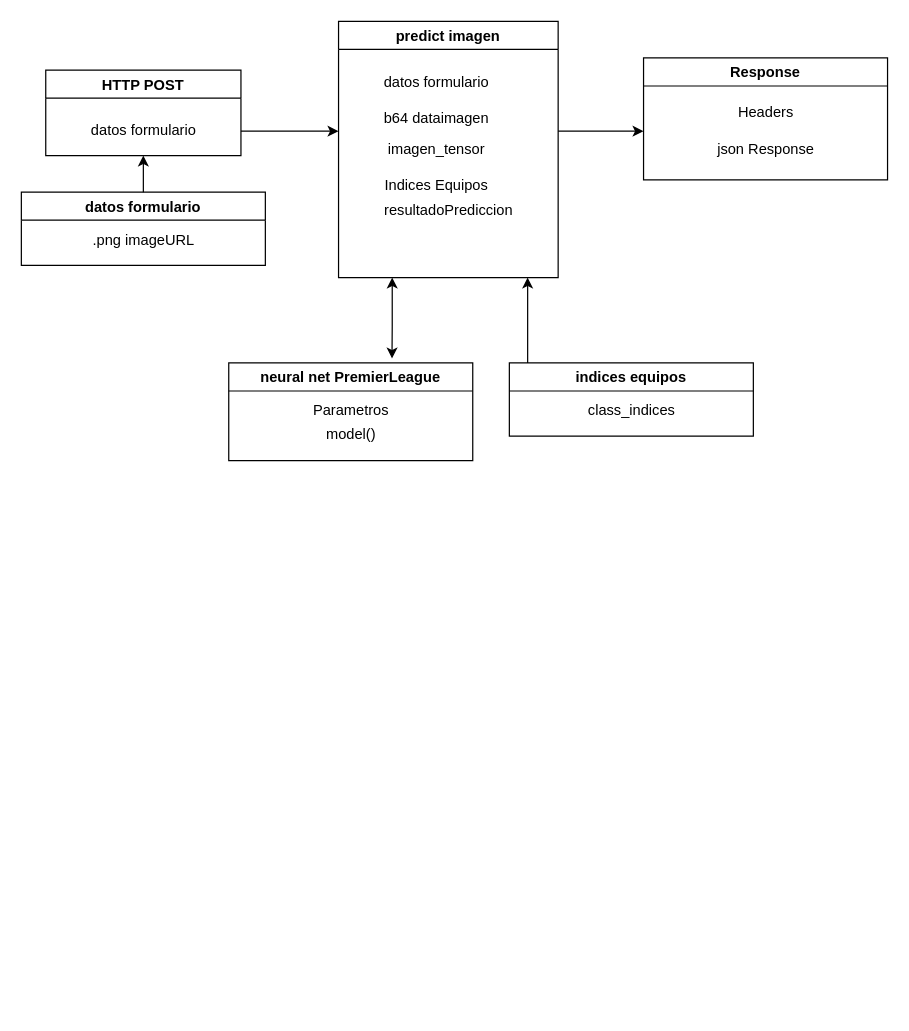
Karmus15/CamaraWebAPP keeps this draw.io diagram as Backend Diagram.drawio. Above is the earlier version. Source tidied: cells renumbered, new cells numbered last; positions are measured from the earlier drawing's top-left corner, leaving out a move shared by most shapes. Both pictures are drawn from the tidied source at 122%, with x=0, y=0 at pixel (21, 21).
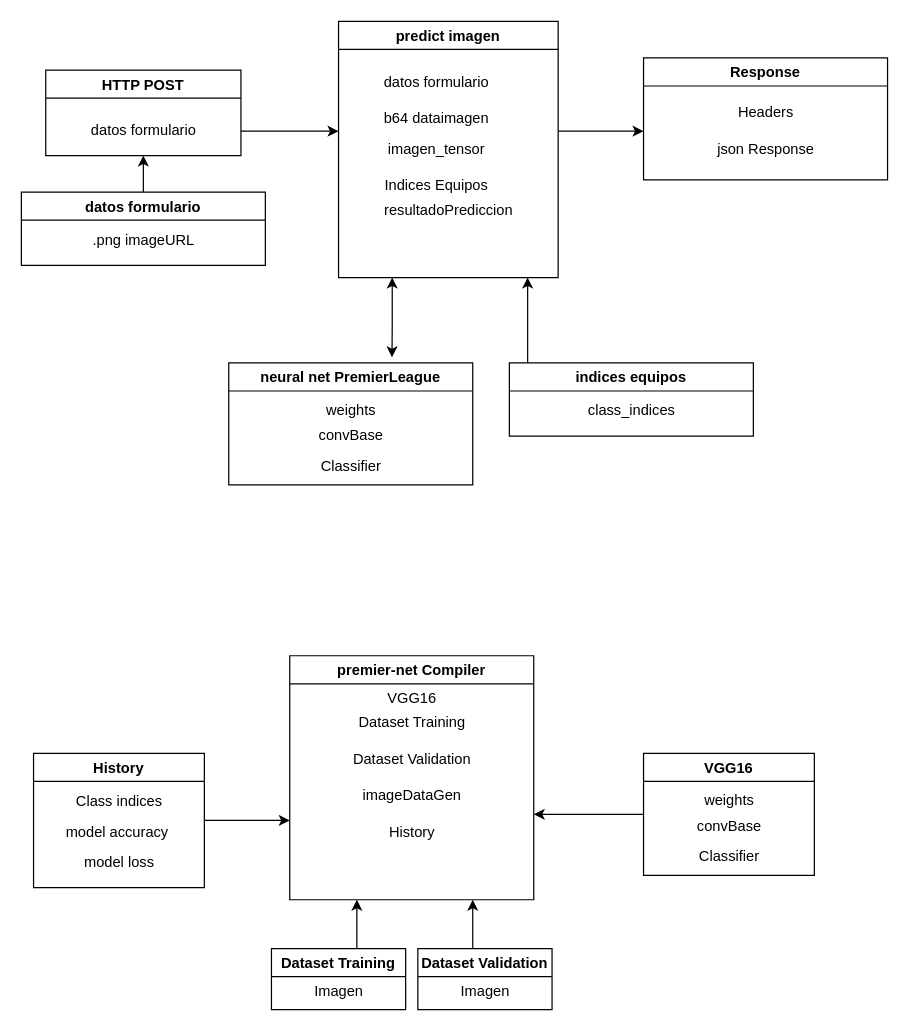
After the change.

What changed in the source:
```diff
@@
     <mxCell id="18" value="neural net PremierLeague" style="swimlane;" parent="1" vertex="1">
-      <mxGeometry x="170" y="280" width="200" height="80" as="geometry" />
+      <mxGeometry x="170" y="280" width="200" height="100" as="geometry" />
     </mxCell>
-    <mxCell id="19" value="Parametros" style="text;html=1;align=center;verticalAlign=middle;strokeColor=none;fillColor=none;" parent="18" vertex="1">
-      <mxGeometry x="55" y="24" width="90" height="30" as="geometry" />
+    <mxCell id="19" value="weights" style="text;html=1;align=center;verticalAlign=middle;strokeColor=none;fillColor=none;" parent="18" vertex="1">
+      <mxGeometry x="70" y="24" width="60" height="30" as="geometry" />
     </mxCell>
-    <mxCell id="20" value="model()" style="text;html=1;align=center;verticalAlign=middle;strokeColor=none;fillColor=none;" parent="18" vertex="1">
-      <mxGeometry x="70" y="44" width="60" height="30" as="geometry" />
-    </mxCell>
+    <mxCell id="25" value="Classifier" style="text;html=1;align=center;verticalAlign=middle;strokeColor=none;fillColor=none;" parent="18" vertex="1">
+      <mxGeometry x="65" y="70" width="70" height="30" as="geometry" />
+    </mxCell>
+    <mxCell id="26" value="convBase" style="text;html=1;align=center;verticalAlign=middle;strokeColor=none;fillColor=none;" parent="18" vertex="1">
+      <mxGeometry x="60" y="45" width="80" height="30" as="geometry" />
+    </mxCell>
@@
+    <mxCell id="27" value="premier-net Compiler" style="swimlane;" parent="1" vertex="1">
+      <mxGeometry x="220" y="520" width="200" height="200" as="geometry" />
+    </mxCell>
+    <mxCell id="28" value="Dataset Training" style="text;html=1;align=center;verticalAlign=middle;strokeColor=none;fillColor=none;" parent="27" vertex="1">
+      <mxGeometry x="45" y="40" width="110" height="30" as="geometry" />
+    </mxCell>
+    <mxCell id="29" value="Dataset Validation" style="text;html=1;align=center;verticalAlign=middle;strokeColor=none;fillColor=none;" parent="27" vertex="1">
+      <mxGeometry x="40" y="70" width="120" height="30" as="geometry" />
+    </mxCell>
+    <mxCell id="30" value="VGG16" style="text;html=1;align=center;verticalAlign=middle;strokeColor=none;fillColor=none;" parent="27" vertex="1">
+      <mxGeometry x="70" y="20" width="60" height="30" as="geometry" />
+    </mxCell>
+    <mxCell id="31" value="History" style="text;html=1;align=center;verticalAlign=middle;strokeColor=none;fillColor=none;" parent="27" vertex="1">
+      <mxGeometry x="70" y="130" width="60" height="30" as="geometry" />
+    </mxCell>
+    <mxCell id="32" value="imageDataGen" style="text;html=1;align=center;verticalAlign=middle;strokeColor=none;fillColor=none;" parent="27" vertex="1">
+      <mxGeometry x="50" y="100" width="100" height="30" as="geometry" />
+    </mxCell>
+    <mxCell id="33" value="VGG16" style="swimlane;" parent="1" vertex="1">
+      <mxGeometry x="510" y="600" width="140" height="100" as="geometry" />
+    </mxCell>
+    <mxCell id="34" value="weights" style="text;html=1;align=center;verticalAlign=middle;strokeColor=none;fillColor=none;" parent="33" vertex="1">
+      <mxGeometry x="40" y="24" width="60" height="30" as="geometry" />
+    </mxCell>
+    <mxCell id="35" value="Classifier" style="text;html=1;align=center;verticalAlign=middle;strokeColor=none;fillColor=none;" parent="33" vertex="1">
+      <mxGeometry x="35" y="70" width="70" height="30" as="geometry" />
+    </mxCell>
+    <mxCell id="36" value="convBase" style="text;html=1;align=center;verticalAlign=middle;strokeColor=none;fillColor=none;" parent="33" vertex="1">
+      <mxGeometry x="30" y="45" width="80" height="30" as="geometry" />
+    </mxCell>
+    <mxCell id="37" value="Dataset Training" style="swimlane;" parent="1" vertex="1">
+      <mxGeometry x="205" y="760" width="110" height="50" as="geometry" />
+    </mxCell>
+    <mxCell id="38" value="Imagen" style="text;html=1;align=center;verticalAlign=middle;strokeColor=none;fillColor=none;" parent="37" vertex="1">
+      <mxGeometry x="25" y="20" width="60" height="30" as="geometry" />
+    </mxCell>
+    <mxCell id="39" value="Dataset Validation" style="swimlane;" parent="1" vertex="1">
+      <mxGeometry x="325" y="760" width="110" height="50" as="geometry" />
+    </mxCell>
+    <mxCell id="40" value="Imagen" style="text;html=1;align=center;verticalAlign=middle;strokeColor=none;fillColor=none;" parent="39" vertex="1">
+      <mxGeometry x="25" y="20" width="60" height="30" as="geometry" />
+    </mxCell>
+    <mxCell id="41" value="History" style="swimlane;" parent="1" vertex="1">
+      <mxGeometry x="10" y="600" width="140" height="110" as="geometry" />
+    </mxCell>
+    <mxCell id="42" value="Class indices" style="text;html=1;align=center;verticalAlign=middle;strokeColor=none;fillColor=none;" parent="41" vertex="1">
+      <mxGeometry x="25" y="25" width="90" height="30" as="geometry" />
+    </mxCell>
+    <mxCell id="43" value="model accuracy&amp;nbsp;" style="text;html=1;align=center;verticalAlign=middle;strokeColor=none;fillColor=none;" parent="41" vertex="1">
+      <mxGeometry x="15" y="50" width="110" height="30" as="geometry" />
+    </mxCell>
+    <mxCell id="44" value="model loss" style="text;html=1;align=center;verticalAlign=middle;strokeColor=none;fillColor=none;" parent="1" vertex="1">
+      <mxGeometry x="40" y="675" width="80" height="30" as="geometry" />
+    </mxCell>
+    <mxCell id="45" style="endArrow=classic;html=1;rounded=0;exitX=1;exitY=0.5;exitDx=0;exitDy=0;" parent="1" edge="1" source="41">
+      <mxGeometry relative="1" as="geometry">
+        <mxPoint x="220" y="655" as="targetPoint" />
+      </mxGeometry>
+    </mxCell>
+    <mxCell id="46" style="endArrow=none;html=1;rounded=0;entryX=0;entryY=0.5;entryDx=0;entryDy=0;endFill=0;startArrow=classic;startFill=1;" parent="1" edge="1" target="33">
+      <mxGeometry relative="1" as="geometry">
+        <mxPoint x="420" y="650" as="sourcePoint" />
+      </mxGeometry>
+    </mxCell>
+    <mxCell id="47" style="endArrow=classic;html=1;rounded=0;" parent="1" edge="1">
+      <mxGeometry relative="1" as="geometry">
+        <mxPoint x="275" y="760" as="sourcePoint" />
+        <mxPoint x="275" y="720" as="targetPoint" />
+      </mxGeometry>
+    </mxCell>
+    <mxCell id="48" style="endArrow=classic;html=1;rounded=0;entryX=0.75;entryY=1;entryDx=0;entryDy=0;" parent="1" edge="1" target="27">
+      <mxGeometry relative="1" as="geometry">
+        <mxPoint x="370" y="760" as="sourcePoint" />
+      </mxGeometry>
+    </mxCell>
```
